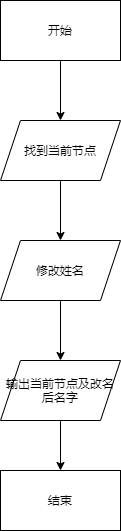
Shotray/Gaint keeps this draw.io diagram as CourseDesignOfDataStructure/picture/p6/changeName().png. Above is the earlier version. Source tidied: cells renumbered, new cells last; positions are measured from the earlier drawing's top-left corner, leaving out a move shared by most shapes. Its diagram source:
```xml
<mxGraphModel>
  <root>
    <mxCell id="0" />
    <mxCell id="1" parent="0" />
    <mxCell id="2" style="edgeStyle=orthogonalEdgeStyle;rounded=0;jettySize=auto;html=1;exitX=0.5;exitY=1;exitDx=0;exitDy=0;" parent="1" edge="1" source="3" target="5">
      <mxGeometry relative="1" as="geometry" />
    </mxCell>
    <mxCell id="3" value="开始" style="rounded=0;whiteSpace=wrap;html=1;" parent="1" vertex="1">
      <mxGeometry width="120" height="60" as="geometry" />
    </mxCell>
    <mxCell id="4" style="edgeStyle=orthogonalEdgeStyle;rounded=0;jettySize=auto;html=1;exitX=0.5;exitY=1;exitDx=0;exitDy=0;entryX=0.5;entryY=0;entryDx=0;entryDy=0;" parent="1" edge="1" source="5" target="7">
      <mxGeometry relative="1" as="geometry" />
    </mxCell>
    <mxCell id="5" value="找到当前节点" style="shape=parallelogram;perimeter=parallelogramPerimeter;whiteSpace=wrap;html=1;fixedSize=1;" parent="1" vertex="1">
      <mxGeometry y="120" width="120" height="60" as="geometry" />
    </mxCell>
    <mxCell id="6" style="edgeStyle=orthogonalEdgeStyle;rounded=0;jettySize=auto;html=1;exitX=0.5;exitY=1;exitDx=0;exitDy=0;" parent="1" edge="1" source="7" target="9">
      <mxGeometry relative="1" as="geometry" />
    </mxCell>
    <mxCell id="7" value="修改姓名" style="shape=parallelogram;perimeter=parallelogramPerimeter;whiteSpace=wrap;html=1;fixedSize=1;" parent="1" vertex="1">
      <mxGeometry y="240" width="120" height="60" as="geometry" />
    </mxCell>
    <mxCell id="8" style="edgeStyle=orthogonalEdgeStyle;rounded=0;jettySize=auto;html=1;exitX=0.5;exitY=1;exitDx=0;exitDy=0;" parent="1" edge="1" source="9" target="10">
      <mxGeometry relative="1" as="geometry" />
    </mxCell>
    <mxCell id="9" value="输出当前节点及改名后名字" style="shape=parallelogram;perimeter=parallelogramPerimeter;whiteSpace=wrap;html=1;fixedSize=1;" parent="1" vertex="1">
      <mxGeometry y="360" width="120" height="60" as="geometry" />
    </mxCell>
    <mxCell id="10" value="结束" style="rounded=0;whiteSpace=wrap;html=1;" parent="1" vertex="1">
      <mxGeometry y="470" width="120" height="60" as="geometry" />
    </mxCell>
  </root>
</mxGraphModel>
```
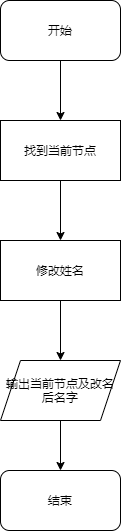
The same file after the commit.

Diff of the diagram source:
```diff
@@ -2,31 +2,41 @@
   <root>
     <mxCell id="0" />
     <mxCell id="1" parent="0" />
-    <mxCell id="2" style="edgeStyle=orthogonalEdgeStyle;rounded=0;jettySize=auto;html=1;exitX=0.5;exitY=1;exitDx=0;exitDy=0;" parent="1" edge="1" source="3" target="5">
-      <mxGeometry relative="1" as="geometry" />
+    <mxCell id="2" style="edgeStyle=orthogonalEdgeStyle;rounded=0;orthogonalLoop=1;jettySize=auto;html=1;exitX=0.5;exitY=1;exitDx=0;exitDy=0;" parent="1" edge="1">
+      <mxGeometry relative="1" as="geometry">
+        <mxPoint x="60" y="60" as="sourcePoint" />
+        <mxPoint x="60" y="120" as="targetPoint" />
+      </mxGeometry>
     </mxCell>
-    <mxCell id="3" value="开始" style="rounded=0;whiteSpace=wrap;html=1;" parent="1" vertex="1">
-      <mxGeometry width="120" height="60" as="geometry" />
-    </mxCell>
-    <mxCell id="4" style="edgeStyle=orthogonalEdgeStyle;rounded=0;jettySize=auto;html=1;exitX=0.5;exitY=1;exitDx=0;exitDy=0;entryX=0.5;entryY=0;entryDx=0;entryDy=0;" parent="1" edge="1" source="5" target="7">
-      <mxGeometry relative="1" as="geometry" />
+    <mxCell id="4" style="edgeStyle=orthogonalEdgeStyle;rounded=0;orthogonalLoop=1;jettySize=auto;html=1;exitX=0.5;exitY=1;exitDx=0;exitDy=0;entryX=0.5;entryY=0;entryDx=0;entryDy=0;" parent="1" edge="1">
+      <mxGeometry relative="1" as="geometry">
+        <mxPoint x="60" y="180" as="sourcePoint" />
+        <mxPoint x="60" y="240" as="targetPoint" />
+      </mxGeometry>
     </mxCell>
-    <mxCell id="5" value="找到当前节点" style="shape=parallelogram;perimeter=parallelogramPerimeter;whiteSpace=wrap;html=1;fixedSize=1;" parent="1" vertex="1">
-      <mxGeometry y="120" width="120" height="60" as="geometry" />
-    </mxCell>
-    <mxCell id="6" style="edgeStyle=orthogonalEdgeStyle;rounded=0;jettySize=auto;html=1;exitX=0.5;exitY=1;exitDx=0;exitDy=0;" parent="1" edge="1" source="7" target="9">
-      <mxGeometry relative="1" as="geometry" />
+    <mxCell id="6" style="edgeStyle=orthogonalEdgeStyle;rounded=0;jettySize=auto;html=1;exitX=0.5;exitY=1;exitDx=0;exitDy=0;" parent="1" edge="1" target="9">
+      <mxGeometry relative="1" as="geometry">
+        <mxPoint x="60" y="300" as="sourcePoint" />
+      </mxGeometry>
     </mxCell>
-    <mxCell id="7" value="修改姓名" style="shape=parallelogram;perimeter=parallelogramPerimeter;whiteSpace=wrap;html=1;fixedSize=1;" parent="1" vertex="1">
-      <mxGeometry y="240" width="120" height="60" as="geometry" />
-    </mxCell>
-    <mxCell id="8" style="edgeStyle=orthogonalEdgeStyle;rounded=0;jettySize=auto;html=1;exitX=0.5;exitY=1;exitDx=0;exitDy=0;" parent="1" edge="1" source="9" target="10">
-      <mxGeometry relative="1" as="geometry" />
+    <mxCell id="8" style="edgeStyle=orthogonalEdgeStyle;rounded=0;jettySize=auto;html=1;exitX=0.5;exitY=1;exitDx=0;exitDy=0;" parent="1" edge="1" source="9">
+      <mxGeometry relative="1" as="geometry">
+        <mxPoint x="60" y="470" as="targetPoint" />
+      </mxGeometry>
     </mxCell>
     <mxCell id="9" value="输出当前节点及改名后名字" style="shape=parallelogram;perimeter=parallelogramPerimeter;whiteSpace=wrap;html=1;fixedSize=1;" parent="1" vertex="1">
       <mxGeometry y="360" width="120" height="60" as="geometry" />
     </mxCell>
+    <mxCell id="3" value="开始" style="rounded=1;whiteSpace=wrap;html=1;" parent="1" vertex="1">
+      <mxGeometry width="120" height="60" as="geometry" />
+    </mxCell>
+    <mxCell id="5" value="找到当前节点" style="rounded=0;whiteSpace=wrap;html=1;" parent="1" vertex="1">
+      <mxGeometry y="120" width="120" height="60" as="geometry" />
+    </mxCell>
+    <mxCell id="7" value="修改姓名" style="rounded=0;whiteSpace=wrap;html=1;" parent="1" vertex="1">
+      <mxGeometry y="240" width="120" height="60" as="geometry" />
+    </mxCell>
-    <mxCell id="10" value="结束" style="rounded=0;whiteSpace=wrap;html=1;" parent="1" vertex="1">
+    <mxCell id="10" value="结束" style="rounded=1;whiteSpace=wrap;html=1;" parent="1" vertex="1">
       <mxGeometry y="470" width="120" height="60" as="geometry" />
     </mxCell>
   </root>
```
